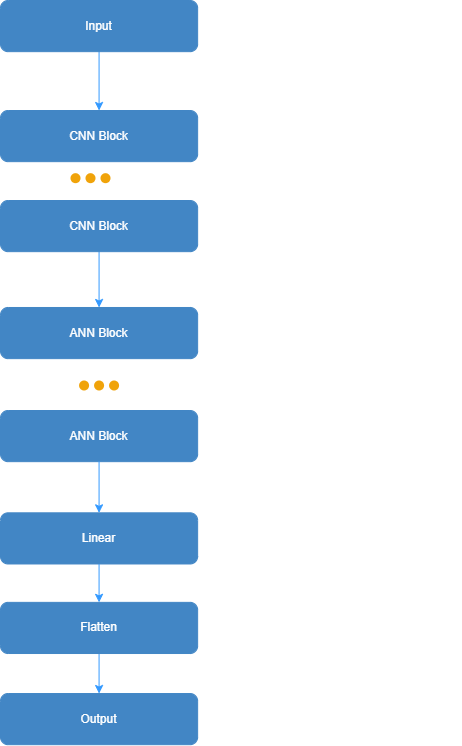
metamaterials-capstone-su-22/metamaterials_ai keeps this draw.io diagram as docs/model_arch_cnn_inverse.png. Above is the earlier version. Source tidied: cells renumbered, new cells last; positions are measured from the earlier drawing's top-left corner, leaving out a move shared by most shapes. The source it was exported from:
```xml
<mxGraphModel>
  <root>
    <mxCell id="0" />
    <mxCell id="1" value="Main" parent="0" />
    <mxCell id="2" style="group;" parent="1" vertex="1">
      <mxGeometry x="213.6" y="110" width="246.4" height="142.3" as="geometry" />
    </mxCell>
    <mxCell id="3" style="labelPosition=right;align=left;strokeWidth=1;shape=mxgraph.mockup.markup.curlyBrace;html=1;shadow=0;dashed=0;strokeColor=#FFFFFF;direction=north;labelBackgroundColor=none;fontColor=#FFFFFF;fillColor=#FF9933;rotation=-180;" parent="2" vertex="1">
      <mxGeometry width="32.9" height="142.3" as="geometry" />
    </mxCell>
    <mxCell id="4" value="Cn : number of CNN blocks" style="text;html=1;align=center;verticalAlign=middle;fillColor=none;strokeColor=none;rounded=0;labelBackgroundColor=none;fontColor=#FFFFFF;" parent="2" vertex="1">
      <mxGeometry x="32.9" y="61.2" width="160" height="20" as="geometry" />
    </mxCell>
    <mxCell id="5" style="edgeStyle=none;html=1;strokeColor=#3399FF;" parent="1" edge="1" source="6" target="7">
      <mxGeometry relative="1" as="geometry" />
    </mxCell>
    <mxCell id="6" value="Input" style="rounded=1;whiteSpace=wrap;html=1;labelBackgroundColor=none;fontColor=#FFFFFF;strokeColor=#4286C5;fillColor=#4286C5;" parent="1" vertex="1">
      <mxGeometry width="197.1" height="51.2" as="geometry" />
    </mxCell>
    <mxCell id="7" value="CNN Block" style="rounded=1;whiteSpace=wrap;html=1;labelBackgroundColor=none;fontColor=#FFFFFF;strokeColor=#4286C5;fillColor=#4286C5;" parent="1" vertex="1">
      <mxGeometry y="110" width="197.1" height="51.2" as="geometry" />
    </mxCell>
    <mxCell id="8" style="group;fillColor=none;" parent="1" vertex="1">
      <mxGeometry x="78.6" y="380" width="40" height="10" as="geometry" />
    </mxCell>
    <mxCell id="9" style="ellipse;fillColor=#F0A30A;strokeColor=none;labelBackgroundColor=none;fontColor=#FFFFFF;" parent="8" vertex="1">
      <mxGeometry width="10" height="10" as="geometry" />
    </mxCell>
    <mxCell id="10" style="ellipse;fillColor=#F0A30A;strokeColor=none;labelBackgroundColor=none;fontColor=#FFFFFF;" parent="8" vertex="1">
      <mxGeometry x="15" width="10" height="10" as="geometry" />
    </mxCell>
    <mxCell id="11" style="ellipse;fillColor=#F0A30A;strokeColor=none;labelBackgroundColor=none;fontColor=#FFFFFF;" parent="8" vertex="1">
      <mxGeometry x="30" width="10" height="10" as="geometry" />
    </mxCell>
    <mxCell id="12" style="edgeStyle=none;html=1;strokeColor=#3399FF;" parent="1" edge="1" source="13" target="18">
      <mxGeometry relative="1" as="geometry" />
    </mxCell>
    <mxCell id="13" value="CNN Block" style="rounded=1;whiteSpace=wrap;html=1;labelBackgroundColor=none;fontColor=#FFFFFF;strokeColor=#4286C5;fillColor=#4286C5;" parent="1" vertex="1">
      <mxGeometry y="200" width="197.1" height="51.2" as="geometry" />
    </mxCell>
    <mxCell id="14" style="group;fillColor=none;" parent="1" vertex="1">
      <mxGeometry x="70" y="172.7" width="40" height="10" as="geometry" />
    </mxCell>
    <mxCell id="15" style="ellipse;fillColor=#F0A30A;strokeColor=none;labelBackgroundColor=none;fontColor=#FFFFFF;" parent="14" vertex="1">
      <mxGeometry width="10" height="10" as="geometry" />
    </mxCell>
    <mxCell id="16" style="ellipse;fillColor=#F0A30A;strokeColor=none;labelBackgroundColor=none;fontColor=#FFFFFF;" parent="14" vertex="1">
      <mxGeometry x="15" width="10" height="10" as="geometry" />
    </mxCell>
    <mxCell id="17" style="ellipse;fillColor=#F0A30A;strokeColor=none;labelBackgroundColor=none;fontColor=#FFFFFF;" parent="14" vertex="1">
      <mxGeometry x="30" width="10" height="10" as="geometry" />
    </mxCell>
    <mxCell id="18" value="ANN Block" style="rounded=1;whiteSpace=wrap;html=1;labelBackgroundColor=none;fontColor=#FFFFFF;strokeColor=#4286C5;fillColor=#4286C5;" parent="1" vertex="1">
      <mxGeometry y="307" width="197.1" height="51.2" as="geometry" />
    </mxCell>
    <mxCell id="19" style="group;" parent="1" vertex="1">
      <mxGeometry x="213.6" y="300" width="246.4" height="160" as="geometry" />
    </mxCell>
    <mxCell id="20" style="labelPosition=right;align=left;strokeWidth=1;shape=mxgraph.mockup.markup.curlyBrace;html=1;shadow=0;dashed=0;strokeColor=#FFFFFF;direction=north;labelBackgroundColor=none;fontColor=#FFFFFF;fillColor=#FF9933;rotation=-180;" parent="19" vertex="1">
      <mxGeometry width="32.9" height="160" as="geometry" />
    </mxCell>
    <mxCell id="21" value="An : number of ANN blocks" style="text;html=1;align=center;verticalAlign=middle;fillColor=none;strokeColor=none;rounded=0;labelBackgroundColor=none;fontColor=#FFFFFF;" parent="19" vertex="1">
      <mxGeometry x="32.9" y="71.7" width="160" height="20" as="geometry" />
    </mxCell>
    <mxCell id="22" style="group;" parent="1" vertex="1">
      <mxGeometry y="410" width="197.1" height="334.2" as="geometry" />
    </mxCell>
    <mxCell id="23" value="Output" style="rounded=1;whiteSpace=wrap;html=1;labelBackgroundColor=none;fontColor=#FFFFFF;strokeColor=#4286C5;fillColor=#4286C5;" parent="22" vertex="1">
      <mxGeometry y="283" width="197.1" height="51.2" as="geometry" />
    </mxCell>
    <mxCell id="24" style="edgeStyle=none;html=1;strokeColor=#3399FF;" parent="22" edge="1" source="28" target="23">
      <mxGeometry relative="1" as="geometry" />
    </mxCell>
    <mxCell id="25" value="ANN Block" style="rounded=1;whiteSpace=wrap;html=1;labelBackgroundColor=none;fontColor=#FFFFFF;strokeColor=#4286C5;fillColor=#4286C5;" parent="22" vertex="1">
      <mxGeometry width="197.1" height="51.2" as="geometry" />
    </mxCell>
    <mxCell id="26" value="Linear" style="rounded=1;whiteSpace=wrap;html=1;labelBackgroundColor=none;fontColor=#FFFFFF;strokeColor=#4286C5;fillColor=#4286C5;" parent="22" vertex="1">
      <mxGeometry y="102.3" width="197.1" height="51.2" as="geometry" />
    </mxCell>
    <mxCell id="27" style="edgeStyle=none;html=1;labelBackgroundColor=none;fontColor=#FFFFFF;startArrow=none;startFill=0;endArrow=classic;endFill=1;strokeColor=#3399FF;" parent="22" edge="1" source="25" target="26">
      <mxGeometry relative="1" as="geometry" />
    </mxCell>
    <mxCell id="28" value="Flatten" style="rounded=1;whiteSpace=wrap;html=1;labelBackgroundColor=none;fontColor=#FFFFFF;strokeColor=#4286C5;fillColor=#4286C5;" parent="22" vertex="1">
      <mxGeometry y="191.9" width="197.1" height="51.2" as="geometry" />
    </mxCell>
    <mxCell id="29" style="edgeStyle=none;html=1;labelBackgroundColor=none;fontColor=#FFFFFF;startArrow=none;startFill=0;endArrow=classic;endFill=1;strokeColor=#3399FF;" parent="22" edge="1" source="26" target="28">
      <mxGeometry relative="1" as="geometry" />
    </mxCell>
  </root>
</mxGraphModel>
```
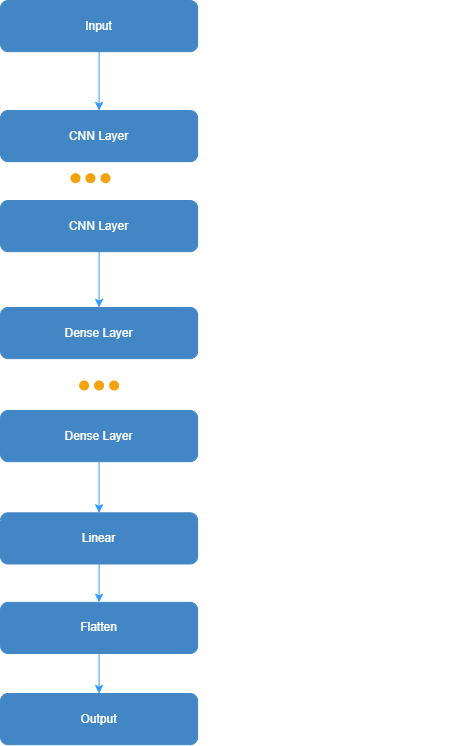
After the commit.

What changed in the source:
```diff
@@ -8,7 +8,7 @@
     <mxCell id="3" style="labelPosition=right;align=left;strokeWidth=1;shape=mxgraph.mockup.markup.curlyBrace;html=1;shadow=0;dashed=0;strokeColor=#FFFFFF;direction=north;labelBackgroundColor=none;fontColor=#FFFFFF;fillColor=#FF9933;rotation=-180;" parent="2" vertex="1">
       <mxGeometry width="32.9" height="142.3" as="geometry" />
     </mxCell>
-    <mxCell id="4" value="Cn : number of CNN blocks" style="text;html=1;align=center;verticalAlign=middle;fillColor=none;strokeColor=none;rounded=0;labelBackgroundColor=none;fontColor=#FFFFFF;" parent="2" vertex="1">
+    <mxCell id="4" value="Cn : number of CNN layers" style="text;html=1;align=center;verticalAlign=middle;fillColor=none;strokeColor=none;rounded=0;labelBackgroundColor=none;fontColor=#FFFFFF;" parent="2" vertex="1">
       <mxGeometry x="32.9" y="61.2" width="160" height="20" as="geometry" />
     </mxCell>
     <mxCell id="5" style="edgeStyle=none;html=1;strokeColor=#3399FF;" parent="1" edge="1" source="6" target="7">
@@ -17,7 +17,7 @@
     <mxCell id="6" value="Input" style="rounded=1;whiteSpace=wrap;html=1;labelBackgroundColor=none;fontColor=#FFFFFF;strokeColor=#4286C5;fillColor=#4286C5;" parent="1" vertex="1">
       <mxGeometry width="197.1" height="51.2" as="geometry" />
     </mxCell>
-    <mxCell id="7" value="CNN Block" style="rounded=1;whiteSpace=wrap;html=1;labelBackgroundColor=none;fontColor=#FFFFFF;strokeColor=#4286C5;fillColor=#4286C5;" parent="1" vertex="1">
+    <mxCell id="7" value="CNN Layer" style="rounded=1;whiteSpace=wrap;html=1;labelBackgroundColor=none;fontColor=#FFFFFF;strokeColor=#4286C5;fillColor=#4286C5;" parent="1" vertex="1">
       <mxGeometry y="110" width="197.1" height="51.2" as="geometry" />
     </mxCell>
     <mxCell id="8" style="group;fillColor=none;" parent="1" vertex="1">
@@ -35,7 +35,7 @@
     <mxCell id="12" style="edgeStyle=none;html=1;strokeColor=#3399FF;" parent="1" edge="1" source="13" target="18">
       <mxGeometry relative="1" as="geometry" />
     </mxCell>
-    <mxCell id="13" value="CNN Block" style="rounded=1;whiteSpace=wrap;html=1;labelBackgroundColor=none;fontColor=#FFFFFF;strokeColor=#4286C5;fillColor=#4286C5;" parent="1" vertex="1">
+    <mxCell id="13" value="CNN Layer" style="rounded=1;whiteSpace=wrap;html=1;labelBackgroundColor=none;fontColor=#FFFFFF;strokeColor=#4286C5;fillColor=#4286C5;" parent="1" vertex="1">
       <mxGeometry y="200" width="197.1" height="51.2" as="geometry" />
     </mxCell>
     <mxCell id="14" style="group;fillColor=none;" parent="1" vertex="1">
@@ -50,7 +50,7 @@
     <mxCell id="17" style="ellipse;fillColor=#F0A30A;strokeColor=none;labelBackgroundColor=none;fontColor=#FFFFFF;" parent="14" vertex="1">
       <mxGeometry x="30" width="10" height="10" as="geometry" />
     </mxCell>
-    <mxCell id="18" value="ANN Block" style="rounded=1;whiteSpace=wrap;html=1;labelBackgroundColor=none;fontColor=#FFFFFF;strokeColor=#4286C5;fillColor=#4286C5;" parent="1" vertex="1">
+    <mxCell id="18" value="Dense Layer" style="rounded=1;whiteSpace=wrap;html=1;labelBackgroundColor=none;fontColor=#FFFFFF;strokeColor=#4286C5;fillColor=#4286C5;" parent="1" vertex="1">
       <mxGeometry y="307" width="197.1" height="51.2" as="geometry" />
     </mxCell>
     <mxCell id="19" style="group;" parent="1" vertex="1">
@@ -59,8 +59,8 @@
     <mxCell id="20" style="labelPosition=right;align=left;strokeWidth=1;shape=mxgraph.mockup.markup.curlyBrace;html=1;shadow=0;dashed=0;strokeColor=#FFFFFF;direction=north;labelBackgroundColor=none;fontColor=#FFFFFF;fillColor=#FF9933;rotation=-180;" parent="19" vertex="1">
       <mxGeometry width="32.9" height="160" as="geometry" />
     </mxCell>
-    <mxCell id="21" value="An : number of ANN blocks" style="text;html=1;align=center;verticalAlign=middle;fillColor=none;strokeColor=none;rounded=0;labelBackgroundColor=none;fontColor=#FFFFFF;" parent="19" vertex="1">
-      <mxGeometry x="32.9" y="71.7" width="160" height="20" as="geometry" />
+    <mxCell id="21" value="An : number of Dense layers" style="text;html=1;align=center;verticalAlign=middle;fillColor=none;strokeColor=none;rounded=0;labelBackgroundColor=none;fontColor=#FFFFFF;" parent="19" vertex="1">
+      <mxGeometry x="27.9" y="71.7" width="170" height="20" as="geometry" />
     </mxCell>
     <mxCell id="22" style="group;" parent="1" vertex="1">
       <mxGeometry y="410" width="197.1" height="334.2" as="geometry" />
@@ -71,7 +71,7 @@
     <mxCell id="24" style="edgeStyle=none;html=1;strokeColor=#3399FF;" parent="22" edge="1" source="28" target="23">
       <mxGeometry relative="1" as="geometry" />
     </mxCell>
-    <mxCell id="25" value="ANN Block" style="rounded=1;whiteSpace=wrap;html=1;labelBackgroundColor=none;fontColor=#FFFFFF;strokeColor=#4286C5;fillColor=#4286C5;" parent="22" vertex="1">
+    <mxCell id="25" value="Dense Layer" style="rounded=1;whiteSpace=wrap;html=1;labelBackgroundColor=none;fontColor=#FFFFFF;strokeColor=#4286C5;fillColor=#4286C5;" parent="22" vertex="1">
       <mxGeometry width="197.1" height="51.2" as="geometry" />
     </mxCell>
     <mxCell id="26" value="Linear" style="rounded=1;whiteSpace=wrap;html=1;labelBackgroundColor=none;fontColor=#FFFFFF;strokeColor=#4286C5;fillColor=#4286C5;" parent="22" vertex="1">
```
